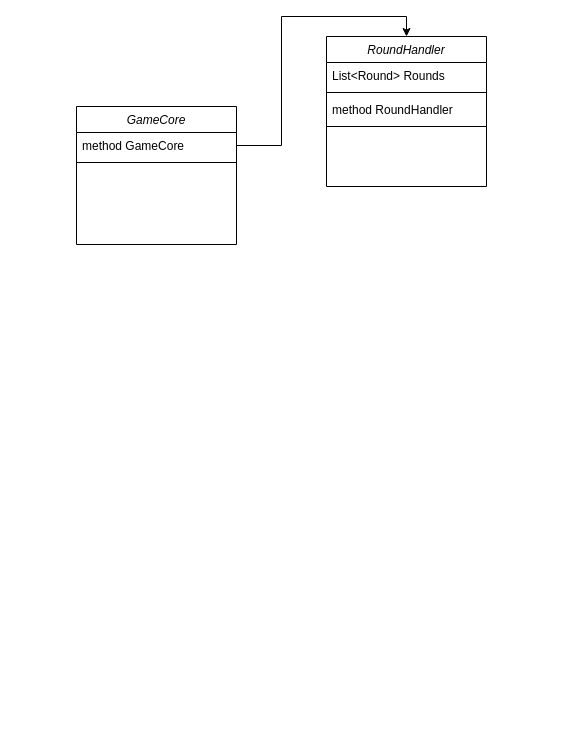
MyDimeIsUp/sbox-deathrun keeps this draw.io diagram as gamemode_flow_chart.drawio. Above is the earlier version. Source tidied: cells renumbered, new cells numbered last; positions are measured from the earlier drawing's top-left corner, leaving out a move shared by most shapes. Both pictures are drawn from the tidied source at 100%, with x=0, y=0 at pixel (76, 36).
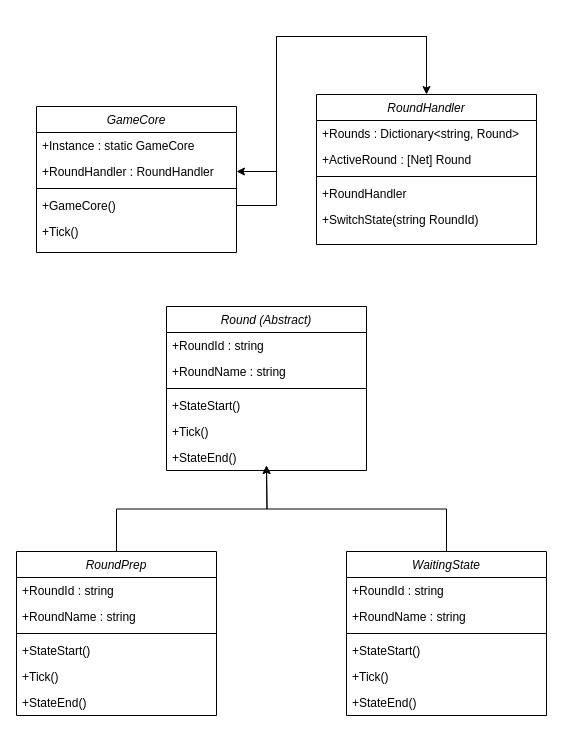
After the change.

What changed in the source:
```diff
@@
-    <mxCell id="2" value="GameCore" style="swimlane;fontStyle=2;align=center;verticalAlign=top;horizontal=1;startSize=26;rounded=0;shadow=0;strokeWidth=1;" parent="1" vertex="1">
-      <mxGeometry y="70" width="160" height="138" as="geometry" />
+    <mxCell id="2" value="GameCore" style="swimlane;fontStyle=2;align=center;verticalAlign=top;horizontal=1;startSize=26;rounded=0;shadow=0;strokeWidth=1;strokeColor=default;" parent="1" vertex="1">
+      <mxGeometry x="-40" y="70" width="200" height="146" as="geometry" />
     </mxCell>
-    <mxCell id="3" value="method GameCore" style="text;align=left;verticalAlign=top;spacingLeft=4;spacingRight=4;overflow=hidden;points=[[0,0.5],[1,0.5]];portConstraint=eastwest;" parent="2" vertex="1">
-      <mxGeometry y="26" width="160" height="26" as="geometry" />
+    <mxCell id="3" value="+Instance : static GameCore" style="text;align=left;verticalAlign=top;spacingLeft=4;spacingRight=4;overflow=hidden;points=[[0,0.5],[1,0.5]];portConstraint=eastwest;" parent="2" vertex="1">
+      <mxGeometry y="26" width="200" height="26" as="geometry" />
     </mxCell>
-    <mxCell id="4" style="line;html=1;strokeWidth=1;align=left;verticalAlign=middle;spacingTop=-1;spacingLeft=3;spacingRight=3;labelPosition=right;" parent="2" vertex="1">
-      <mxGeometry y="52" width="160" height="8" as="geometry" />
-    </mxCell>
+    <mxCell id="11" value="+RoundHandler : RoundHandler" style="text;align=left;verticalAlign=top;spacingLeft=4;spacingRight=4;overflow=hidden;points=[[0,0.5],[1,0.5]];portConstraint=eastwest;" parent="2" vertex="1">
+      <mxGeometry y="52" width="200" height="26" as="geometry" />
+    </mxCell>
+    <mxCell id="12" style="line;html=1;strokeWidth=1;align=left;verticalAlign=middle;spacingTop=-1;spacingLeft=3;spacingRight=3;labelPosition=right;" parent="2" vertex="1">
+      <mxGeometry y="78" width="200" height="8" as="geometry" />
+    </mxCell>
+    <mxCell id="13" value="+GameCore()" style="text;align=left;verticalAlign=top;spacingLeft=4;spacingRight=4;overflow=hidden;points=[[0,0.5],[1,0.5]];portConstraint=eastwest;" parent="2" vertex="1">
+      <mxGeometry y="86" width="200" height="26" as="geometry" />
+    </mxCell>
+    <mxCell id="14" value="+Tick()" style="text;align=left;verticalAlign=top;spacingLeft=4;spacingRight=4;overflow=hidden;" parent="2" vertex="1">
+      <mxGeometry y="112" width="200" height="26" as="geometry" />
+    </mxCell>
-    <mxCell id="5" style="edgeStyle=orthogonalEdgeStyle;rounded=0;jettySize=auto;html=1;entryX=0.5;entryY=0;entryDx=0;entryDy=0;" parent="1" edge="1" source="3" target="6">
-      <mxGeometry relative="1" as="geometry" />
+    <mxCell id="5" style="edgeStyle=orthogonalEdgeStyle;rounded=0;jettySize=auto;html=1;entryX=0.5;entryY=0;entryDx=0;entryDy=0;exitX=1;exitY=0.5;exitDx=0;exitDy=0;" parent="1" edge="1" source="13" target="6">
+      <mxGeometry relative="1" as="geometry">
+        <Array as="points">
+          <mxPoint x="200" y="169" />
+          <mxPoint x="200" />
+          <mxPoint x="350" />
+        </Array>
+      </mxGeometry>
     </mxCell>
+    <mxCell id="15" style="edgeStyle=orthogonalEdgeStyle;rounded=0;jettySize=auto;html=1;entryX=1;entryY=0.5;entryDx=0;entryDy=0;" parent="1" edge="1" target="11">
+      <mxGeometry relative="1" as="geometry">
+        <mxPoint x="350" y="50" as="sourcePoint" />
+        <Array as="points">
+          <mxPoint x="350" />
+          <mxPoint x="200" />
+          <mxPoint x="200" y="135" />
+        </Array>
+      </mxGeometry>
+    </mxCell>
     <mxCell id="6" value="RoundHandler" style="swimlane;fontStyle=2;align=center;verticalAlign=top;horizontal=1;startSize=26;rounded=0;shadow=0;strokeWidth=1;" parent="1" vertex="1">
-      <mxGeometry x="250" width="160" height="150" as="geometry" />
+      <mxGeometry x="240" y="58" width="220" height="150" as="geometry" />
     </mxCell>
-    <mxCell id="7" value="List&lt;Round&gt; Rounds" style="text;align=left;verticalAlign=top;spacingLeft=4;spacingRight=4;overflow=hidden;" parent="6" vertex="1">
-      <mxGeometry y="26" width="160" height="26" as="geometry" />
+    <mxCell id="7" value="+Rounds : Dictionary&lt;string, Round&gt;" style="text;align=left;verticalAlign=top;spacingLeft=4;spacingRight=4;overflow=hidden;" parent="6" vertex="1">
+      <mxGeometry y="26" width="220" height="26" as="geometry" />
     </mxCell>
+    <mxCell id="16" value="+ActiveRound : [Net] Round" style="text;align=left;verticalAlign=top;spacingLeft=4;spacingRight=4;overflow=hidden;" parent="6" vertex="1">
+      <mxGeometry y="52" width="220" height="26" as="geometry" />
+    </mxCell>
     <mxCell id="8" style="line;html=1;strokeWidth=1;align=left;verticalAlign=middle;spacingTop=-1;spacingLeft=3;spacingRight=3;labelPosition=right;" parent="6" vertex="1">
-      <mxGeometry y="52" width="160" height="8" as="geometry" />
+      <mxGeometry y="78" width="220" height="8" as="geometry" />
     </mxCell>
-    <mxCell id="9" value="method RoundHandler" style="text;align=left;verticalAlign=top;spacingLeft=4;spacingRight=4;overflow=hidden;" parent="6" vertex="1">
-      <mxGeometry y="60" width="160" height="26" as="geometry" />
+    <mxCell id="9" value="+RoundHandler" style="text;align=left;verticalAlign=top;spacingLeft=4;spacingRight=4;overflow=hidden;" parent="6" vertex="1">
+      <mxGeometry y="86" width="220" height="26" as="geometry" />
     </mxCell>
-    <mxCell id="10" style="line;html=1;strokeWidth=1;align=left;verticalAlign=middle;spacingTop=-1;spacingLeft=3;spacingRight=3;labelPosition=right;" parent="6" vertex="1">
-      <mxGeometry y="86" width="160" height="8" as="geometry" />
-    </mxCell>
+    <mxCell id="17" value="+SwitchState(string RoundId) " style="text;align=left;verticalAlign=top;spacingLeft=4;spacingRight=4;overflow=hidden;" parent="6" vertex="1">
+      <mxGeometry y="112" width="220" height="26" as="geometry" />
+    </mxCell>
+    <mxCell id="18" style="edgeStyle=orthogonalEdgeStyle;rounded=0;jettySize=auto;html=1;exitX=0.5;exitY=0;exitDx=0;exitDy=0;entryX=0.5;entryY=1;entryDx=0;entryDy=0;" parent="1" edge="1" source="19">
+      <mxGeometry relative="1" as="geometry">
+        <mxPoint x="190" y="429" as="targetPoint" />
+      </mxGeometry>
+    </mxCell>
+    <mxCell id="19" value="WaitingState" style="swimlane;fontStyle=2;align=center;verticalAlign=top;horizontal=1;startSize=26;rounded=0;shadow=0;strokeWidth=1;strokeColor=default;" parent="1" vertex="1">
+      <mxGeometry x="270" y="515" width="200" height="164" as="geometry" />
+    </mxCell>
+    <mxCell id="20" value="+RoundId : string" style="text;align=left;verticalAlign=top;spacingLeft=4;spacingRight=4;overflow=hidden;" parent="19" vertex="1">
+      <mxGeometry y="26" width="200" height="26" as="geometry" />
+    </mxCell>
+    <mxCell id="21" value="+RoundName : string" style="text;align=left;verticalAlign=top;spacingLeft=4;spacingRight=4;overflow=hidden;" parent="19" vertex="1">
+      <mxGeometry y="52" width="200" height="26" as="geometry" />
+    </mxCell>
+    <mxCell id="22" style="line;html=1;strokeWidth=1;align=left;verticalAlign=middle;spacingTop=-1;spacingLeft=3;spacingRight=3;labelPosition=right;" parent="19" vertex="1">
+      <mxGeometry y="78" width="200" height="8" as="geometry" />
+    </mxCell>
+    <mxCell id="23" value="+StateStart()" style="text;align=left;verticalAlign=top;spacingLeft=4;spacingRight=4;overflow=hidden;" parent="19" vertex="1">
+      <mxGeometry y="86" width="200" height="26" as="geometry" />
+    </mxCell>
+    <mxCell id="24" value="+Tick()" style="text;align=left;verticalAlign=top;spacingLeft=4;spacingRight=4;overflow=hidden;" parent="19" vertex="1">
+      <mxGeometry y="112" width="200" height="26" as="geometry" />
+    </mxCell>
+    <mxCell id="25" value="+StateEnd()" style="text;align=left;verticalAlign=top;spacingLeft=4;spacingRight=4;overflow=hidden;" parent="19" vertex="1">
+      <mxGeometry y="138" width="200" height="26" as="geometry" />
+    </mxCell>
+    <mxCell id="26" value="Round (Abstract)" style="swimlane;fontStyle=2;align=center;verticalAlign=top;horizontal=1;startSize=26;rounded=0;shadow=0;strokeWidth=1;strokeColor=default;" parent="1" vertex="1">
+      <mxGeometry x="90" y="270" width="200" height="164" as="geometry" />
+    </mxCell>
+    <mxCell id="27" value="+RoundId : string" style="text;align=left;verticalAlign=top;spacingLeft=4;spacingRight=4;overflow=hidden;" parent="26" vertex="1">
+      <mxGeometry y="26" width="200" height="26" as="geometry" />
+    </mxCell>
+    <mxCell id="28" value="+RoundName : string" style="text;align=left;verticalAlign=top;spacingLeft=4;spacingRight=4;overflow=hidden;" parent="26" vertex="1">
+      <mxGeometry y="52" width="200" height="26" as="geometry" />
+    </mxCell>
+    <mxCell id="29" style="line;html=1;strokeWidth=1;align=left;verticalAlign=middle;spacingTop=-1;spacingLeft=3;spacingRight=3;labelPosition=right;" parent="26" vertex="1">
+      <mxGeometry y="78" width="200" height="8" as="geometry" />
+    </mxCell>
+    <mxCell id="30" value="+StateStart()" style="text;align=left;verticalAlign=top;spacingLeft=4;spacingRight=4;overflow=hidden;" parent="26" vertex="1">
+      <mxGeometry y="86" width="200" height="26" as="geometry" />
+    </mxCell>
+    <mxCell id="31" value="+Tick()" style="text;align=left;verticalAlign=top;spacingLeft=4;spacingRight=4;overflow=hidden;" parent="26" vertex="1">
+      <mxGeometry y="112" width="200" height="26" as="geometry" />
+    </mxCell>
+    <mxCell id="32" value="+StateEnd()" style="text;align=left;verticalAlign=top;spacingLeft=4;spacingRight=4;overflow=hidden;" parent="26" vertex="1">
+      <mxGeometry y="138" width="200" height="26" as="geometry" />
+    </mxCell>
+    <mxCell id="33" style="edgeStyle=orthogonalEdgeStyle;rounded=0;jettySize=auto;html=1;exitX=0.5;exitY=0;exitDx=0;exitDy=0;entryX=0.5;entryY=1;entryDx=0;entryDy=0;" parent="1" edge="1" source="34">
+      <mxGeometry relative="1" as="geometry">
+        <mxPoint x="190" y="429" as="targetPoint" />
+      </mxGeometry>
+    </mxCell>
+    <mxCell id="34" value="RoundPrep" style="swimlane;fontStyle=2;align=center;verticalAlign=top;horizontal=1;startSize=26;rounded=0;shadow=0;strokeWidth=1;strokeColor=default;" parent="1" vertex="1">
+      <mxGeometry x="-60" y="515" width="200" height="164" as="geometry" />
+    </mxCell>
+    <mxCell id="35" value="+RoundId : string" style="text;align=left;verticalAlign=top;spacingLeft=4;spacingRight=4;overflow=hidden;" parent="34" vertex="1">
+      <mxGeometry y="26" width="200" height="26" as="geometry" />
+    </mxCell>
+    <mxCell id="36" value="+RoundName : string" style="text;align=left;verticalAlign=top;spacingLeft=4;spacingRight=4;overflow=hidden;" parent="34" vertex="1">
+      <mxGeometry y="52" width="200" height="26" as="geometry" />
+    </mxCell>
+    <mxCell id="37" style="line;html=1;strokeWidth=1;align=left;verticalAlign=middle;spacingTop=-1;spacingLeft=3;spacingRight=3;labelPosition=right;" parent="34" vertex="1">
+      <mxGeometry y="78" width="200" height="8" as="geometry" />
+    </mxCell>
+    <mxCell id="38" value="+StateStart()" style="text;align=left;verticalAlign=top;spacingLeft=4;spacingRight=4;overflow=hidden;" parent="34" vertex="1">
+      <mxGeometry y="86" width="200" height="26" as="geometry" />
+    </mxCell>
+    <mxCell id="39" value="+Tick()" style="text;align=left;verticalAlign=top;spacingLeft=4;spacingRight=4;overflow=hidden;" parent="34" vertex="1">
+      <mxGeometry y="112" width="200" height="26" as="geometry" />
+    </mxCell>
+    <mxCell id="40" value="+StateEnd()" style="text;align=left;verticalAlign=top;spacingLeft=4;spacingRight=4;overflow=hidden;" parent="34" vertex="1">
+      <mxGeometry y="138" width="200" height="26" as="geometry" />
+    </mxCell>
```
